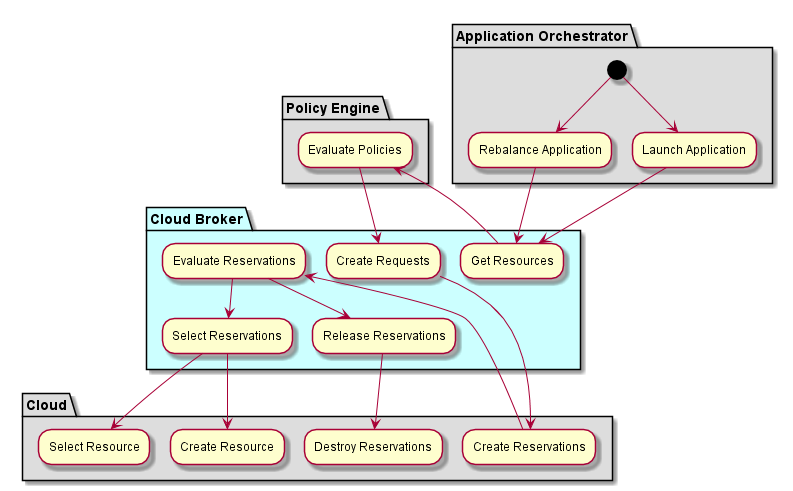
This is docs/Solution/Cloud-Broker/Process.png from CAADE/C3, a PlantUML export, as it was before one commit. Its diagram source:
```plantuml
@startuml

partition "Application Orchestrator"  #dddddd {
  (*) --> "Launch Application"
  (*) --> "Rebalance Application"
}

partition "Cloud Broker" #ccffff {
  "Launch Application" --> "Get Resources"
  "Rebalance Application" --> "Get Resources"
}

partition "Policy Engine" #dddddd {

  "Get Resources" -> "Evaluate Policies"
}

partition "Cloud Broker" {
  "Evaluate Policies" --> "Create Requests"
}

partition "Cloud" #dddddd {
  "Create Requests" --> "Create Reservations"
}
partition "Cloud Broker" {
  "Create Reservations" --> "Evaluate Reservations"
  "Evaluate Reservations" --> "Select Reservations"
  "Evaluate Reservations" --> "Release Reservations"
}
partition "Cloud" #dddddd {
  "Select Reservations" --> "Select Resource"
  "Select Reservations" --> "Create Resource"
  "Release Reservations" --> "Destroy Reservations"
}

@enduml
```
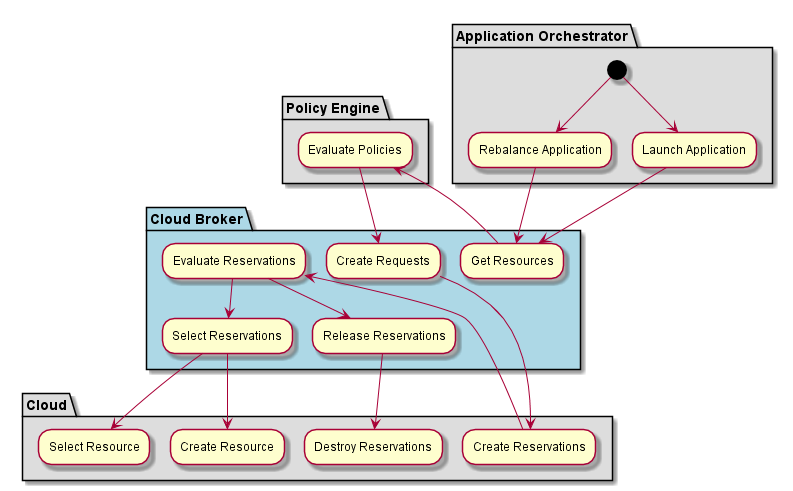
The same diagram one commit later.

What changed in the source:
```diff
@@ -5,7 +5,7 @@
   (*) --> "Rebalance Application"
 }
 
-partition "Cloud Broker" #ccffff {
+partition "Cloud Broker" #lightblue {
   "Launch Application" --> "Get Resources"
   "Rebalance Application" --> "Get Resources"
 }
```
